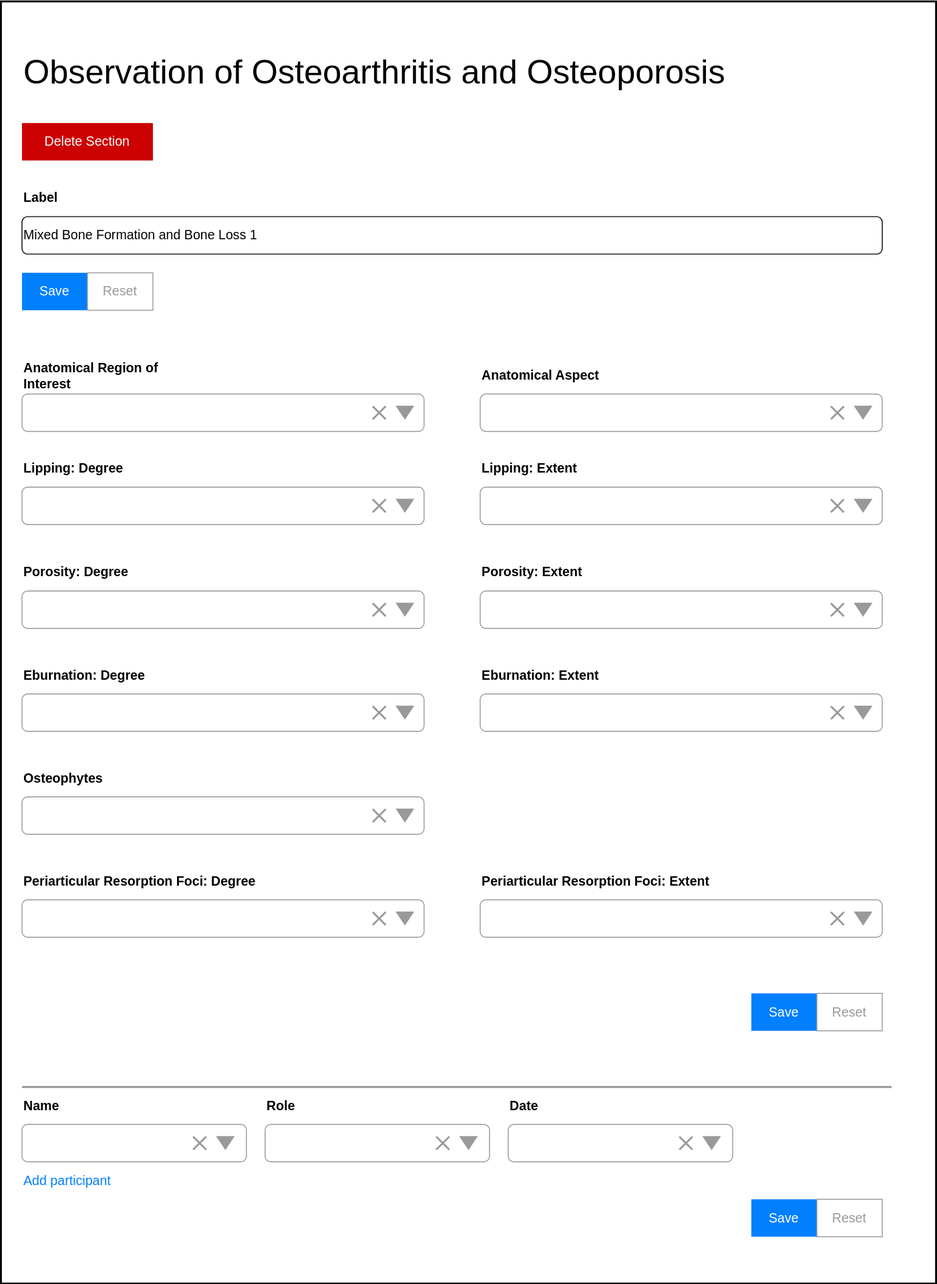
The draw.io diagram Mockups/OntologyExtensions/phaleron-patho/phaleron-patho_OAandOP_Mockups.svg in RDFBones/RDFBonesGraphics, before a commit. Source tidied: cells renumbered, new cells last; positions are measured from the earlier drawing's top-left corner, leaving out a move shared by most shapes.
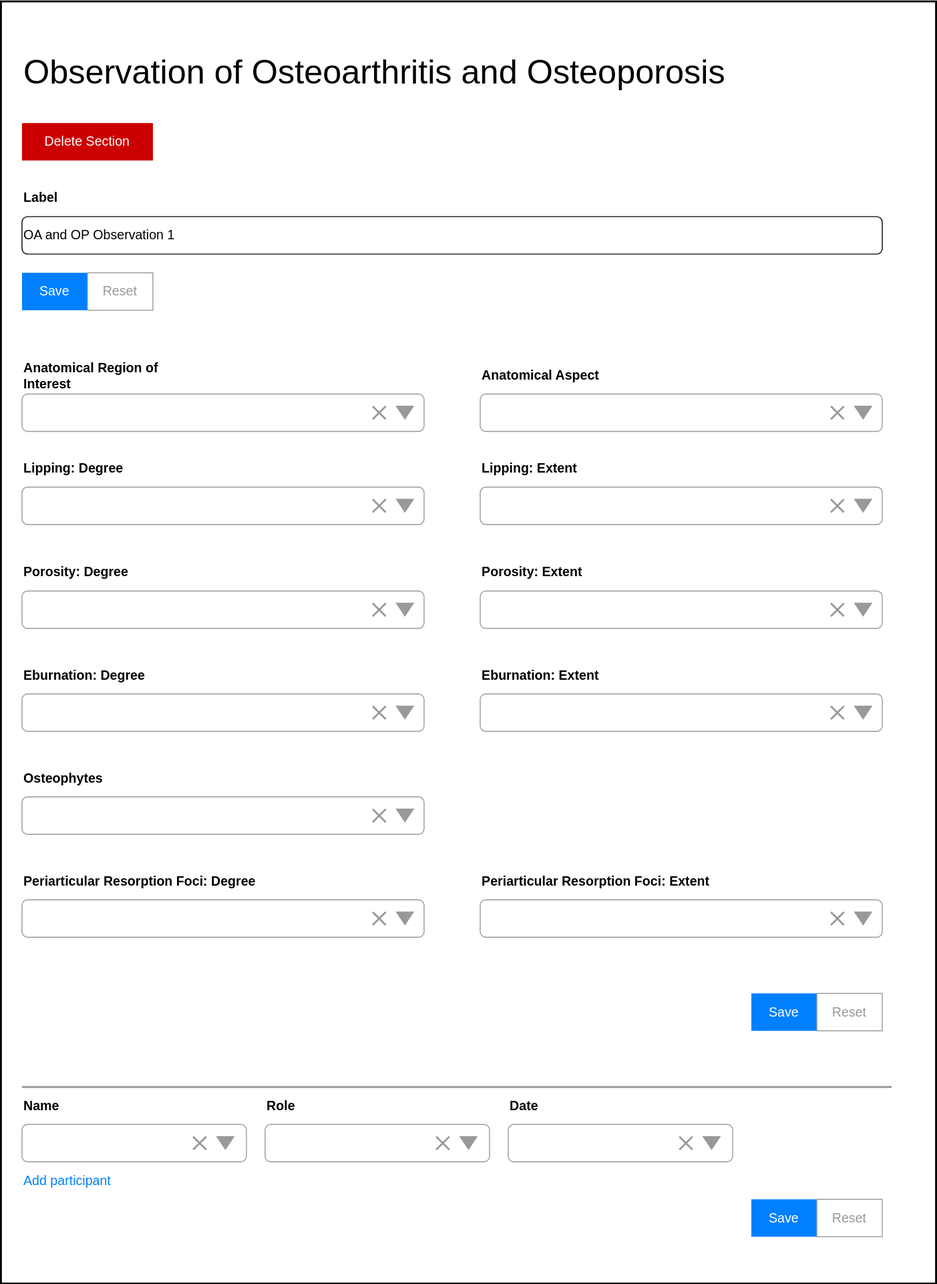
After the commit.

Commit message:
Corrected label of section.

The edit, as a diff of the source:
```diff
@@ -11,7 +11,7 @@
     <mxCell id="4" value="&lt;font&gt;&lt;font style=&quot;font-size: 36px&quot;&gt;Observation of Osteoarthritis and Osteoporosis&lt;/font&gt;&lt;br&gt;&lt;/font&gt;" style="text;html=1;strokeColor=none;fillColor=none;align=left;verticalAlign=middle;whiteSpace=wrap;rounded=0;" parent="1" vertex="1">
       <mxGeometry x="22" y="65" width="920" height="20" as="geometry" />
     </mxCell>
-    <mxCell id="5" value="&lt;span style=&quot;font-size: 14px&quot;&gt;Mixed Bone Formation and Bone Loss 1&lt;/span&gt;" style="rounded=1;whiteSpace=wrap;html=1;strokeColor=#000000;align=left;" parent="1" vertex="1">
+    <mxCell id="5" value="&lt;span style=&quot;font-size: 14px&quot;&gt;OA and OP Observation 1&lt;/span&gt;" style="rounded=1;whiteSpace=wrap;html=1;strokeColor=#000000;align=left;" parent="1" vertex="1">
       <mxGeometry x="22" y="230" width="920" height="40" as="geometry" />
     </mxCell>
     <mxCell id="6" value="&lt;font style=&quot;font-size: 14px&quot;&gt;&lt;b&gt;Label&lt;/b&gt;&lt;/font&gt;" style="text;html=1;strokeColor=none;fillColor=none;align=left;verticalAlign=middle;whiteSpace=wrap;rounded=0;" parent="1" vertex="1">
```
